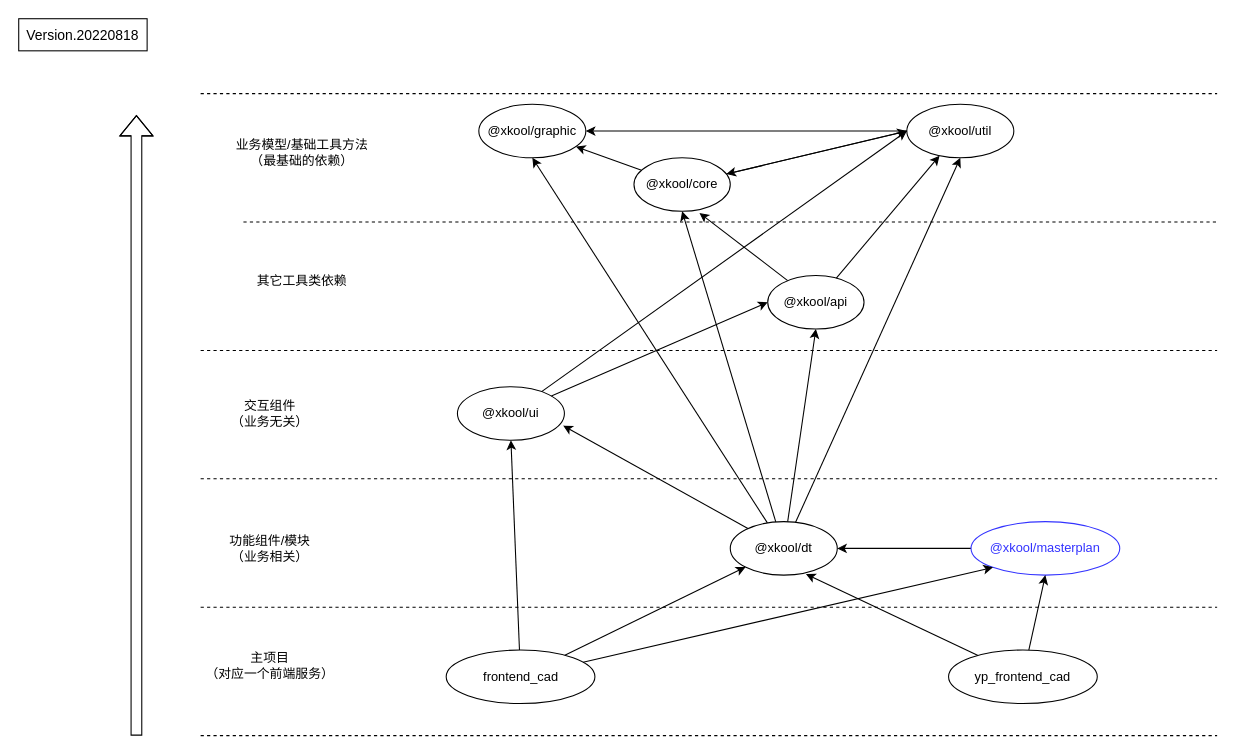
The draw.io diagram page "服务依赖图" (3 of 3) of xk/component_refactor.drawio in fqd511/charts, before the edit. Source tidied: cells renumbered, new cells numbered last; positions are measured from the earlier drawing's top-left corner, leaving out a move shared by most shapes. Both pictures are drawn from the tidied source at 107%, with x=0, y=0 at pixel (18, 18).
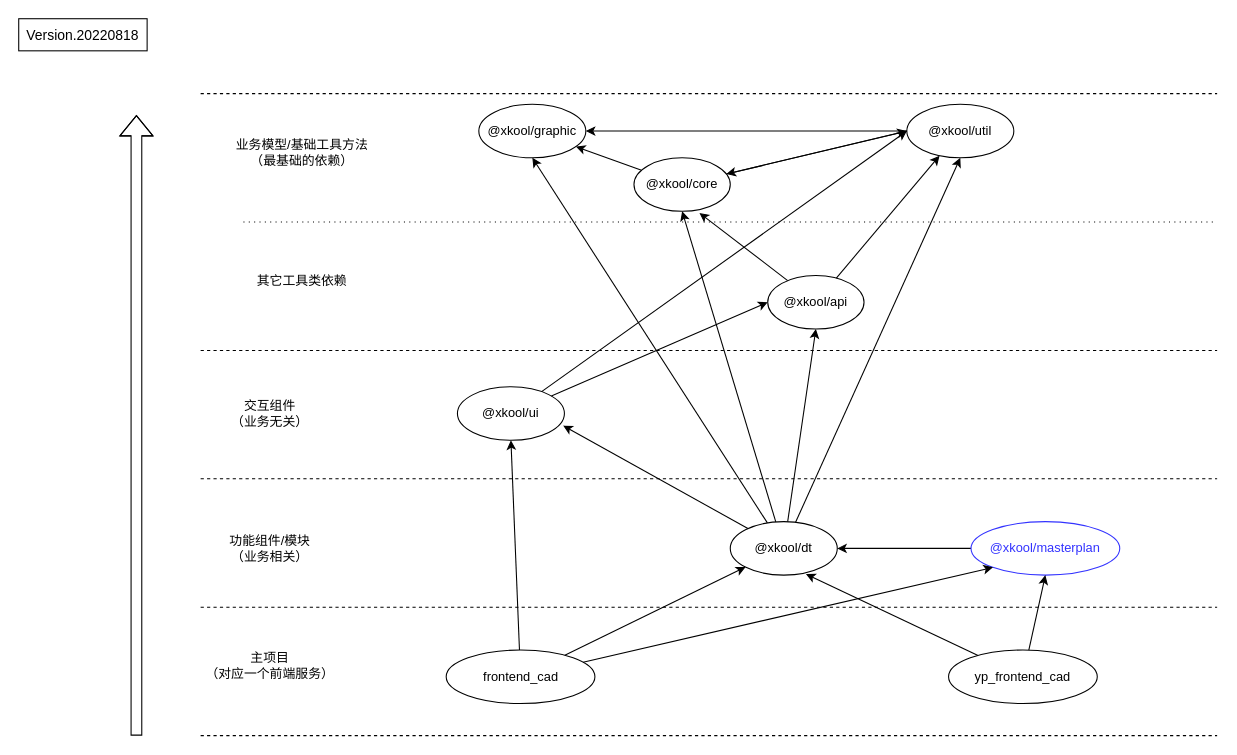
Above is the later version.

Commit message:
Update component_refactor.drawio: dependency graph style

The edit, as a diff of the source:
```diff
@@
-    <mxCell id="31" style="endArrow=none;dashed=1;html=1;rounded=0;fontColor=#000000;" parent="1" edge="1">
+    <mxCell id="31" style="endArrow=none;dashed=1;html=1;rounded=0;fontColor=#000000;dashPattern=1 4;" parent="1" edge="1">
       <mxGeometry relative="1" as="geometry">
         <mxPoint x="210" y="190" as="sourcePoint" />
         <mxPoint x="1120" y="190" as="targetPoint" />
       </mxGeometry>
     </mxCell>
```
